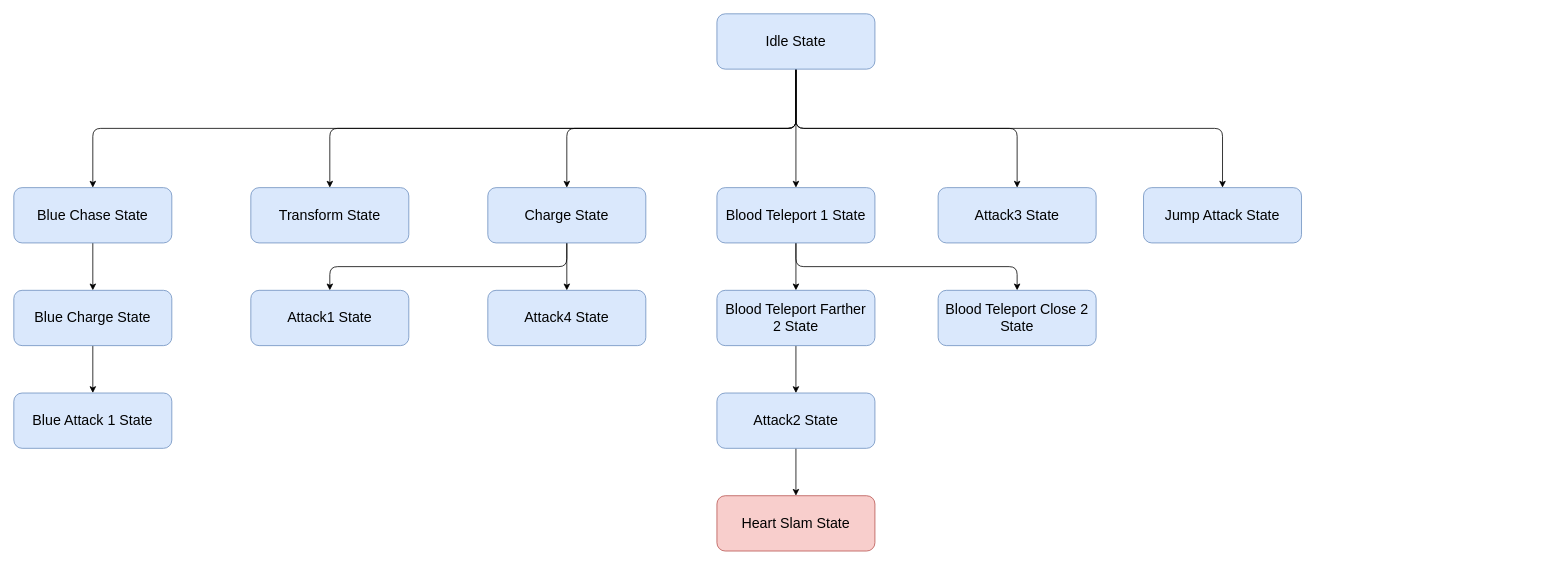
This is Readme/State Machine Diagram/Blood King State Machine Diagram.drawio from zsl2021533013/The-Letteror, a draw.io file, before an edit. Source tidied: cells renumbered, new cells numbered last; positions are measured from the earlier drawing's top-left corner, leaving out a move shared by most shapes. Both pictures are drawn from the tidied source at 79%, with x=0, y=0 at pixel (13, 13).
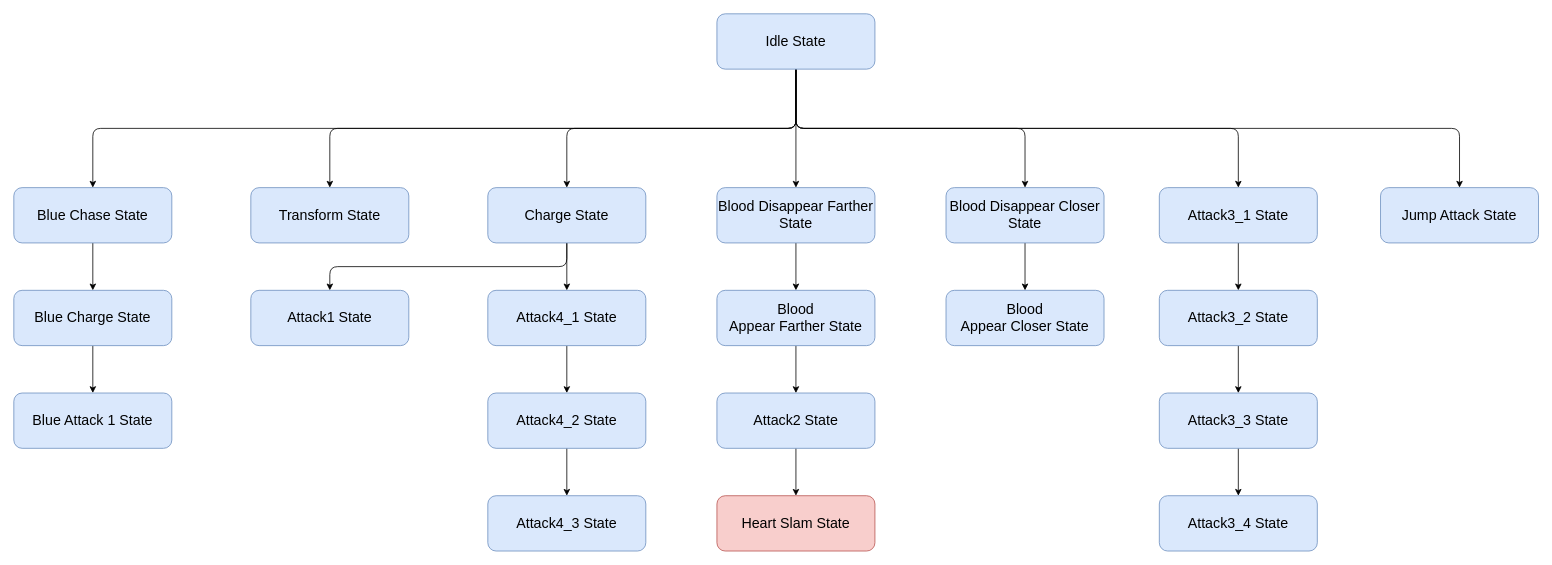
After the change.

Unchanged cells that the change refers to:
```xml
<mxCell id="8" value="&lt;span style=&quot;font-size: 18px;&quot;&gt;Idle State&lt;br&gt;&lt;/span&gt;" style="rounded=1;whiteSpace=wrap;html=1;fillColor=#dae8fc;strokeColor=#6c8ebf;" parent="1" vertex="1">
  <mxGeometry x="890" width="200" height="70" as="geometry" />
</mxCell>
```

Diff of the diagram source:
```diff
@@
-    <mxCell id="2" style="edgeStyle=orthogonalEdgeStyle;rounded=1;jettySize=auto;html=1;exitX=0.5;exitY=1;exitDx=0;exitDy=0;jumpStyle=arc;fontSize=20;" parent="1" edge="1" source="8" target="16">
-      <mxGeometry relative="1" as="geometry" />
-    </mxCell>
@@
-    <mxCell id="4" style="edgeStyle=orthogonalEdgeStyle;rounded=1;jumpStyle=arc;jettySize=auto;html=1;exitX=0.5;exitY=1;exitDx=0;exitDy=0;entryX=0.5;entryY=0;entryDx=0;entryDy=0;fontSize=20;" parent="1" edge="1" source="8" target="10">
-      <mxGeometry relative="1" as="geometry" />
-    </mxCell>
@@
+    <mxCell id="31" style="edgeStyle=orthogonalEdgeStyle;jettySize=auto;html=1;exitX=0.5;exitY=1;exitDx=0;exitDy=0;entryX=0.5;entryY=0;entryDx=0;entryDy=0;rounded=1;" parent="1" edge="1" source="8" target="35">
+      <mxGeometry relative="1" as="geometry" />
+    </mxCell>
+    <mxCell id="4" style="edgeStyle=orthogonalEdgeStyle;rounded=1;jettySize=auto;html=1;exitX=0.5;exitY=1;exitDx=0;exitDy=0;entryX=0.5;entryY=0;entryDx=0;entryDy=0;" parent="1" edge="1" source="8" target="10">
+      <mxGeometry relative="1" as="geometry" />
+    </mxCell>
+    <mxCell id="2" style="edgeStyle=orthogonalEdgeStyle;rounded=1;jettySize=auto;html=1;exitX=0.5;exitY=1;exitDx=0;exitDy=0;" parent="1" edge="1" source="8" target="16">
+      <mxGeometry relative="1" as="geometry" />
+    </mxCell>
@@
+    <mxCell id="32" style="edgeStyle=orthogonalEdgeStyle;rounded=1;jettySize=auto;html=1;exitX=0.5;exitY=1;exitDx=0;exitDy=0;entryX=0.5;entryY=0;entryDx=0;entryDy=0;" parent="1" edge="1" source="9" target="42">
+      <mxGeometry relative="1" as="geometry" />
+    </mxCell>
-    <mxCell id="9" value="&lt;span style=&quot;font-size: 18px;&quot;&gt;Attack4 State&lt;/span&gt;&lt;span style=&quot;font-size: 18px;&quot;&gt;&lt;br&gt;&lt;/span&gt;" style="rounded=1;whiteSpace=wrap;html=1;fillColor=#dae8fc;strokeColor=#6c8ebf;" parent="1" vertex="1">
+    <mxCell id="9" value="&lt;span style=&quot;font-size: 18px;&quot;&gt;Attack4_1 State&lt;/span&gt;&lt;span style=&quot;font-size: 18px;&quot;&gt;&lt;br&gt;&lt;/span&gt;" style="rounded=1;whiteSpace=wrap;html=1;fillColor=#dae8fc;strokeColor=#6c8ebf;" parent="1" vertex="1">
       <mxGeometry x="600" y="350" width="200" height="70" as="geometry" />
     </mxCell>
+    <mxCell id="33" style="edgeStyle=orthogonalEdgeStyle;rounded=1;jettySize=auto;html=1;exitX=0.5;exitY=1;exitDx=0;exitDy=0;entryX=0.5;entryY=0;entryDx=0;entryDy=0;" parent="1" edge="1" source="10" target="39">
+      <mxGeometry relative="1" as="geometry" />
+    </mxCell>
-    <mxCell id="10" value="&lt;span style=&quot;font-size: 18px;&quot;&gt;Attack3 State&lt;/span&gt;&lt;span style=&quot;font-size: 18px;&quot;&gt;&lt;br&gt;&lt;/span&gt;" style="rounded=1;whiteSpace=wrap;html=1;fillColor=#dae8fc;strokeColor=#6c8ebf;" parent="1" vertex="1">
-      <mxGeometry x="1170" y="220" width="200" height="70" as="geometry" />
+    <mxCell id="10" value="&lt;span style=&quot;font-size: 18px;&quot;&gt;Attack3_1 State&lt;/span&gt;&lt;span style=&quot;font-size: 18px;&quot;&gt;&lt;br&gt;&lt;/span&gt;" style="rounded=1;whiteSpace=wrap;html=1;fillColor=#dae8fc;strokeColor=#6c8ebf;" parent="1" vertex="1">
+      <mxGeometry x="1450" y="220" width="200" height="70" as="geometry" />
     </mxCell>
@@
     <mxCell id="16" value="&lt;span style=&quot;font-size: 18px;&quot;&gt;Jump Attack State&lt;/span&gt;&lt;span style=&quot;font-size: 18px;&quot;&gt;&lt;br&gt;&lt;/span&gt;" style="rounded=1;whiteSpace=wrap;html=1;fillColor=#dae8fc;strokeColor=#6c8ebf;" parent="1" vertex="1">
-      <mxGeometry x="1430" y="220" width="200" height="70" as="geometry" />
+      <mxGeometry x="1730" y="220" width="200" height="70" as="geometry" />
     </mxCell>
@@
-    <mxCell id="20" style="edgeStyle=orthogonalEdgeStyle;rounded=1;jumpStyle=arc;jettySize=auto;html=1;exitX=0.5;exitY=1;exitDx=0;exitDy=0;" parent="1" edge="1" source="21" target="24">
-      <mxGeometry relative="1" as="geometry" />
-    </mxCell>
-    <mxCell id="21" value="&lt;span style=&quot;font-size: 18px;&quot;&gt;Blood Teleport 1 State&lt;br&gt;&lt;/span&gt;" style="rounded=1;whiteSpace=wrap;html=1;fillColor=#dae8fc;strokeColor=#6c8ebf;" parent="1" vertex="1">
+    <mxCell id="21" value="&lt;span style=&quot;font-size: 18px;&quot;&gt;Blood Disappear Farther State&lt;br&gt;&lt;/span&gt;" style="rounded=1;whiteSpace=wrap;html=1;fillColor=#dae8fc;strokeColor=#6c8ebf;" parent="1" vertex="1">
       <mxGeometry x="890" y="220" width="200" height="70" as="geometry" />
     </mxCell>
@@
-    <mxCell id="23" value="&lt;span style=&quot;font-size: 18px;&quot;&gt;Blood Teleport&amp;nbsp;&lt;/span&gt;&lt;span style=&quot;font-size: 18px;&quot;&gt;Farther 2&amp;nbsp;&lt;/span&gt;&lt;span style=&quot;font-size: 18px;&quot;&gt;State&lt;br&gt;&lt;/span&gt;" style="rounded=1;whiteSpace=wrap;html=1;fillColor=#dae8fc;strokeColor=#6c8ebf;" parent="1" vertex="1">
+    <mxCell id="23" value="&lt;span style=&quot;font-size: 18px;&quot;&gt;Blood Appear&amp;nbsp;&lt;/span&gt;&lt;span style=&quot;font-size: 18px;&quot;&gt;Farther&amp;nbsp;&lt;/span&gt;&lt;span style=&quot;font-size: 18px;&quot;&gt;State&lt;br&gt;&lt;/span&gt;" style="rounded=1;whiteSpace=wrap;html=1;fillColor=#dae8fc;strokeColor=#6c8ebf;" parent="1" vertex="1">
       <mxGeometry x="890" y="350" width="200" height="70" as="geometry" />
     </mxCell>
-    <mxCell id="24" value="&lt;span style=&quot;font-size: 18px;&quot;&gt;Blood Teleport Close 2 State&lt;br&gt;&lt;/span&gt;" style="rounded=1;whiteSpace=wrap;html=1;fillColor=#dae8fc;strokeColor=#6c8ebf;" parent="1" vertex="1">
-      <mxGeometry x="1170" y="350" width="200" height="70" as="geometry" />
+    <mxCell id="24" value="&lt;span style=&quot;font-size: 18px;&quot;&gt;Blood Appear&amp;nbsp;&lt;/span&gt;&lt;span style=&quot;font-size: 18px;&quot;&gt;Closer&amp;nbsp;&lt;/span&gt;&lt;span style=&quot;font-size: 18px;&quot;&gt;State&lt;/span&gt;&lt;span style=&quot;font-size: 18px;&quot;&gt;&lt;br&gt;&lt;/span&gt;" style="rounded=1;whiteSpace=wrap;html=1;fillColor=#dae8fc;strokeColor=#6c8ebf;" parent="1" vertex="1">
+      <mxGeometry x="1180" y="350" width="200" height="70" as="geometry" />
     </mxCell>
@@
+    <mxCell id="34" style="edgeStyle=orthogonalEdgeStyle;rounded=0;jettySize=auto;html=1;exitX=0.5;exitY=1;exitDx=0;exitDy=0;entryX=0.5;entryY=0;entryDx=0;entryDy=0;" parent="1" edge="1" source="35" target="24">
+      <mxGeometry relative="1" as="geometry" />
+    </mxCell>
+    <mxCell id="35" value="&lt;span style=&quot;font-size: 18px;&quot;&gt;Blood Disappear Closer State&lt;/span&gt;&lt;span style=&quot;font-size: 18px;&quot;&gt;&lt;br&gt;&lt;/span&gt;" style="rounded=1;whiteSpace=wrap;html=1;fillColor=#dae8fc;strokeColor=#6c8ebf;" parent="1" vertex="1">
+      <mxGeometry x="1180" y="220" width="200" height="70" as="geometry" />
+    </mxCell>
+    <mxCell id="36" style="edgeStyle=orthogonalEdgeStyle;rounded=1;jettySize=auto;html=1;exitX=0.5;exitY=1;exitDx=0;exitDy=0;entryX=0.5;entryY=0;entryDx=0;entryDy=0;" parent="1" edge="1" source="37" target="40">
+      <mxGeometry relative="1" as="geometry" />
+    </mxCell>
+    <mxCell id="37" value="&lt;span style=&quot;font-size: 18px;&quot;&gt;Attack3_3 State&lt;/span&gt;&lt;span style=&quot;font-size: 18px;&quot;&gt;&lt;br&gt;&lt;/span&gt;" style="rounded=1;whiteSpace=wrap;html=1;fillColor=#dae8fc;strokeColor=#6c8ebf;" parent="1" vertex="1">
+      <mxGeometry x="1450" y="480" width="200" height="70" as="geometry" />
+    </mxCell>
+    <mxCell id="38" style="edgeStyle=orthogonalEdgeStyle;rounded=1;jettySize=auto;html=1;exitX=0.5;exitY=1;exitDx=0;exitDy=0;" parent="1" edge="1" source="39" target="37">
+      <mxGeometry relative="1" as="geometry" />
+    </mxCell>
+    <mxCell id="39" value="&lt;span style=&quot;font-size: 18px;&quot;&gt;Attack3_2 State&lt;/span&gt;&lt;span style=&quot;font-size: 18px;&quot;&gt;&lt;br&gt;&lt;/span&gt;" style="rounded=1;whiteSpace=wrap;html=1;fillColor=#dae8fc;strokeColor=#6c8ebf;" parent="1" vertex="1">
+      <mxGeometry x="1450" y="350" width="200" height="70" as="geometry" />
+    </mxCell>
+    <mxCell id="40" value="&lt;span style=&quot;font-size: 18px;&quot;&gt;Attack3_4 State&lt;/span&gt;&lt;span style=&quot;font-size: 18px;&quot;&gt;&lt;br&gt;&lt;/span&gt;" style="rounded=1;whiteSpace=wrap;html=1;fillColor=#dae8fc;strokeColor=#6c8ebf;" parent="1" vertex="1">
+      <mxGeometry x="1450" y="610" width="200" height="70" as="geometry" />
+    </mxCell>
+    <mxCell id="41" style="edgeStyle=orthogonalEdgeStyle;rounded=1;jettySize=auto;html=1;exitX=0.5;exitY=1;exitDx=0;exitDy=0;" parent="1" edge="1" source="42" target="43">
+      <mxGeometry relative="1" as="geometry" />
+    </mxCell>
+    <mxCell id="42" value="&lt;span style=&quot;font-size: 18px;&quot;&gt;Attack4_2 State&lt;/span&gt;&lt;span style=&quot;font-size: 18px;&quot;&gt;&lt;br&gt;&lt;/span&gt;" style="rounded=1;whiteSpace=wrap;html=1;fillColor=#dae8fc;strokeColor=#6c8ebf;" parent="1" vertex="1">
+      <mxGeometry x="600" y="480" width="200" height="70" as="geometry" />
+    </mxCell>
+    <mxCell id="43" value="&lt;span style=&quot;font-size: 18px;&quot;&gt;Attack4_3 State&lt;/span&gt;&lt;span style=&quot;font-size: 18px;&quot;&gt;&lt;br&gt;&lt;/span&gt;" style="rounded=1;whiteSpace=wrap;html=1;fillColor=#dae8fc;strokeColor=#6c8ebf;" parent="1" vertex="1">
+      <mxGeometry x="600" y="610" width="200" height="70" as="geometry" />
+    </mxCell>
```
